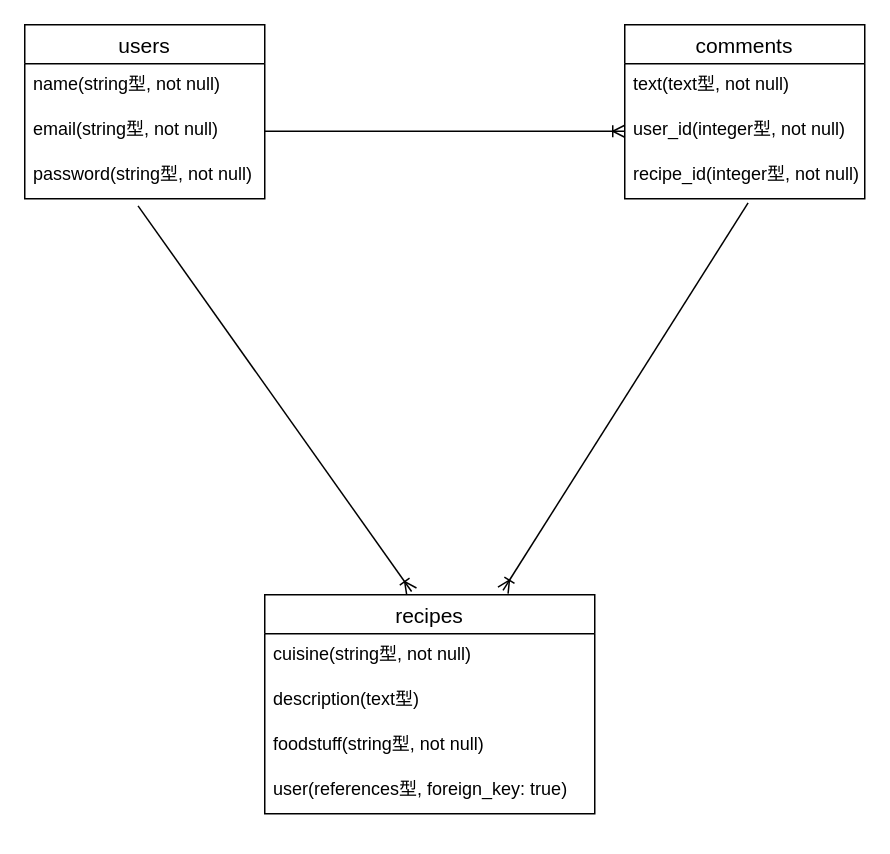
Earlier version of the draw.io diagram kondate.dio (Suguhito65/kondate). Source tidied: cells renumbered, new cells numbered last; positions are measured from the earlier drawing's top-left corner, leaving out a move shared by most shapes. Both pictures are drawn from the tidied source at 150%, with x=0, y=0 at pixel (24, 24).
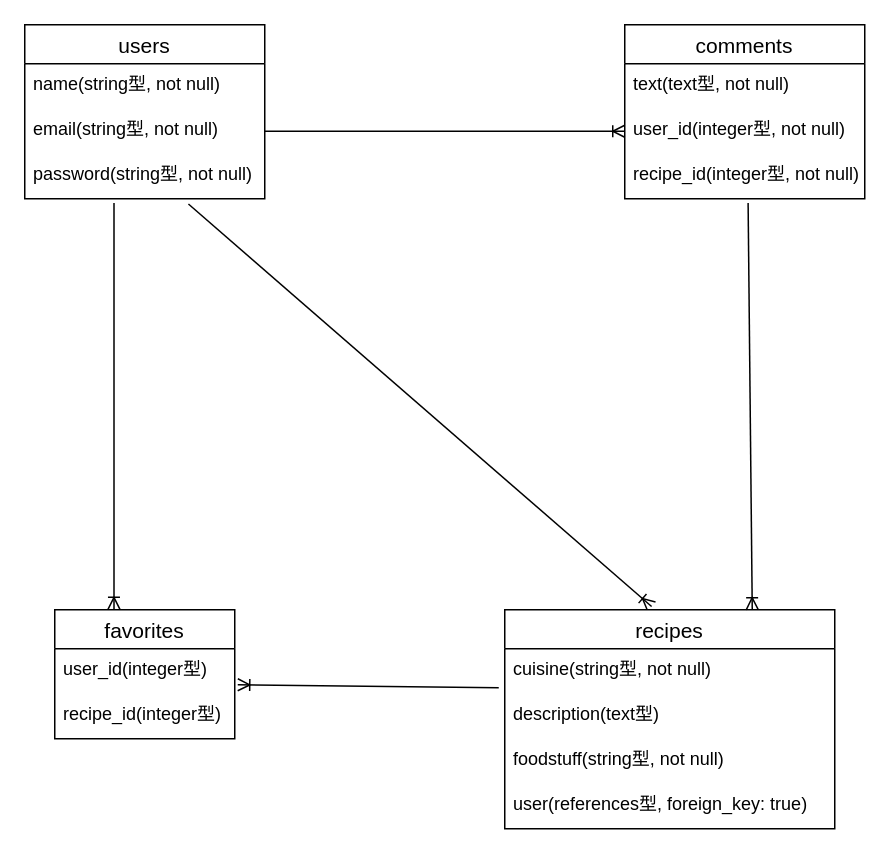
The same page after the edit.

Commit message (it also covers changes not shown here):
ER図とREADMEに追加

The change refers to these unchanged cells:
```xml
<mxCell id="11" value="password(string型, not null)" style="text;strokeColor=none;fillColor=none;spacingLeft=4;spacingRight=4;overflow=hidden;points=[[0,0.5],[1,0.5]];portConstraint=eastwest;fontSize=12;" parent="8" vertex="1">
  <mxGeometry y="86" width="160" height="30" as="geometry" />
</mxCell>
<mxCell id="15" value="recipe_id(integer型, not null)" style="text;strokeColor=none;fillColor=none;spacingLeft=4;spacingRight=4;overflow=hidden;points=[[0,0.5],[1,0.5]];portConstraint=eastwest;fontSize=12;" parent="12" vertex="1">
  <mxGeometry y="86" width="160" height="30" as="geometry" />
</mxCell>
```

Change to the diagram source:
```diff
@@
-    <mxCell id="2" style="fontSize=12;html=1;endArrow=ERoneToMany;exitX=0.472;exitY=1.157;exitDx=0;exitDy=0;exitPerimeter=0;entryX=0.445;entryY=-0.015;entryDx=0;entryDy=0;entryPerimeter=0;" parent="1" edge="1" source="11" target="3">
+    <mxCell id="2" style="fontSize=12;html=1;endArrow=ERoneToMany;exitX=0.682;exitY=1.117;exitDx=0;exitDy=0;exitPerimeter=0;entryX=0.445;entryY=-0.015;entryDx=0;entryDy=0;entryPerimeter=0;" parent="1" edge="1" source="11" target="3">
       <mxGeometry relative="1" as="geometry" />
     </mxCell>
     <mxCell id="3" value="recipes" style="swimlane;fontStyle=0;horizontal=1;startSize=26;align=center;fontSize=14;" parent="1" vertex="1">
-      <mxGeometry x="160" y="380" width="220" height="146" as="geometry" />
+      <mxGeometry x="320" y="390" width="220" height="146" as="geometry" />
     </mxCell>
@@
-    <mxCell id="16" style="fontSize=12;html=1;endArrow=ERoneToMany;exitX=0.514;exitY=1.092;exitDx=0;exitDy=0;exitPerimeter=0;entryX=0.722;entryY=-0.02;entryDx=0;entryDy=0;entryPerimeter=0;" parent="1" edge="1" source="15" target="3">
+    <mxCell id="16" style="fontSize=12;html=1;endArrow=ERoneToMany;exitX=0.514;exitY=1.092;exitDx=0;exitDy=0;exitPerimeter=0;entryX=0.75;entryY=0;entryDx=0;entryDy=0;" parent="1" edge="1" source="15" target="3">
       <mxGeometry relative="1" as="geometry" />
     </mxCell>
@@
+    <mxCell id="18" value="favorites" style="swimlane;fontStyle=0;horizontal=1;startSize=26;align=center;fontSize=14;" parent="1" vertex="1">
+      <mxGeometry x="20" y="390" width="120" height="86" as="geometry" />
+    </mxCell>
+    <mxCell id="19" value="user_id(integer型)" style="text;strokeColor=none;fillColor=none;spacingLeft=4;spacingRight=4;overflow=hidden;fontSize=12;" parent="18" vertex="1">
+      <mxGeometry y="26" width="120" height="30" as="geometry" />
+    </mxCell>
+    <mxCell id="20" value="recipe_id(integer型)" style="text;strokeColor=none;fillColor=none;spacingLeft=4;spacingRight=4;overflow=hidden;fontSize=12;" parent="18" vertex="1">
+      <mxGeometry y="56" width="120" height="30" as="geometry" />
+    </mxCell>
+    <mxCell id="21" style="fontSize=12;html=1;endArrow=ERoneToMany;exitX=0.372;exitY=1.093;exitDx=0;exitDy=0;exitPerimeter=0;entryX=0.329;entryY=-0.003;entryDx=0;entryDy=0;entryPerimeter=0;" parent="1" edge="1" source="11" target="18">
+      <mxGeometry relative="1" as="geometry" />
+    </mxCell>
+    <mxCell id="22" style="fontSize=12;html=1;endArrow=ERoneToMany;" parent="1" edge="1">
+      <mxGeometry relative="1" as="geometry">
+        <mxPoint x="316" y="442" as="sourcePoint" />
+        <mxPoint x="142" y="440" as="targetPoint" />
+      </mxGeometry>
+    </mxCell>
```
